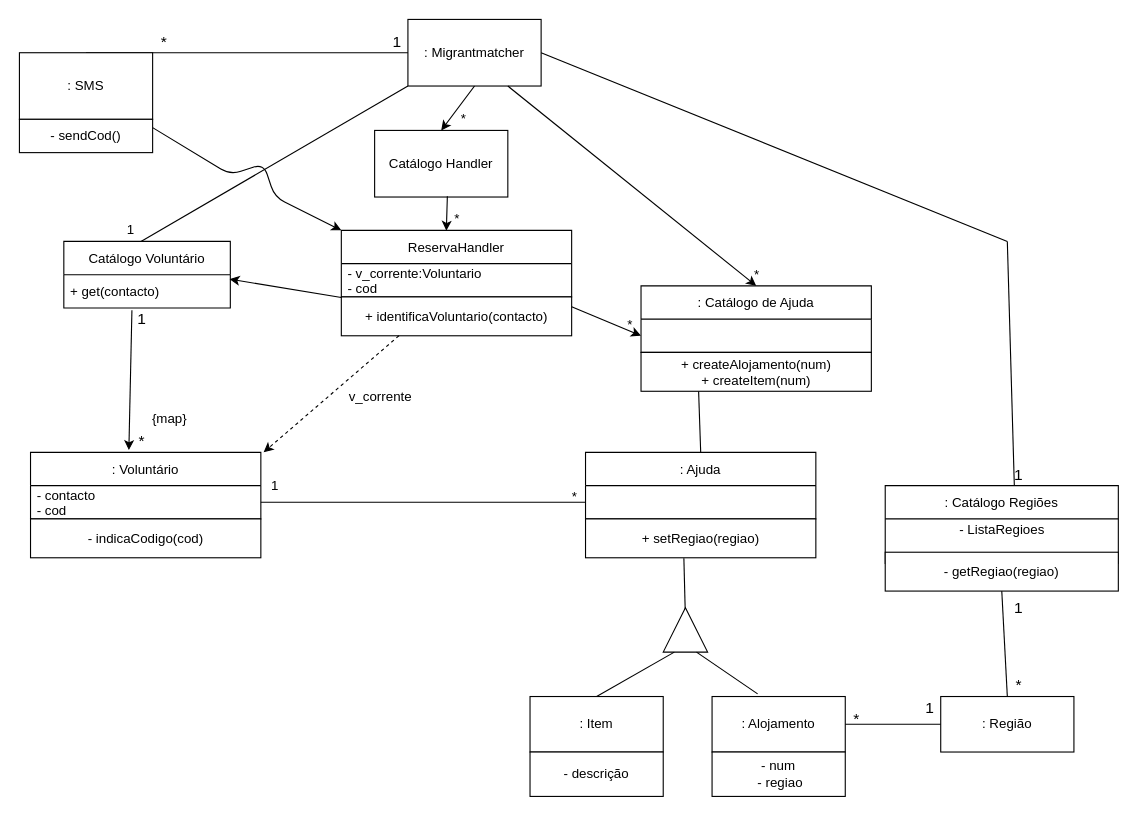
This is MMdiagramaDeClasses.drawio from RuiMartins05/DCO, a draw.io file, before an edit. Source tidied: cells renumbered, new cells numbered last; positions are measured from the earlier drawing's top-left corner, leaving out a move shared by most shapes. Both pictures are drawn from the tidied source at 111%, with x=0, y=0 at pixel (19, 19).
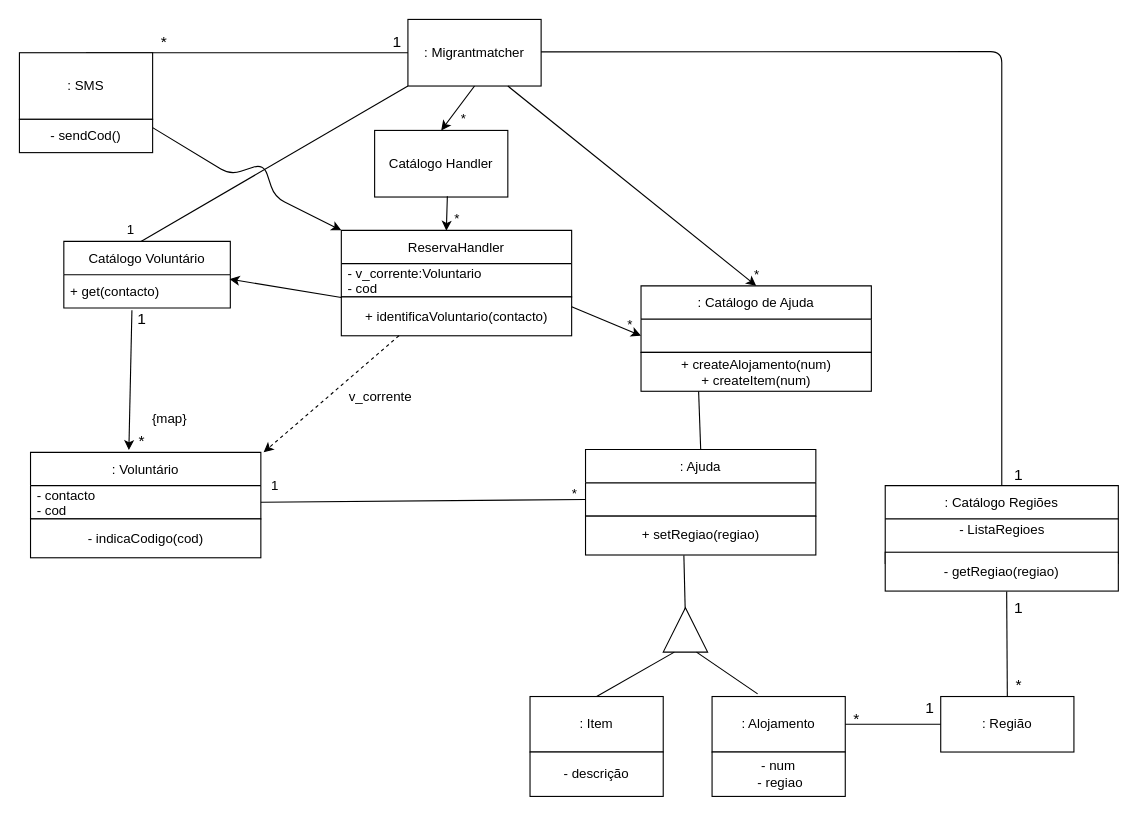
The same page after the edit.

The change refers to these unchanged cells:
```xml
<mxCell id="2" value=": Migrantmatcher" style="whiteSpace=wrap;html=1;" parent="1" vertex="1">
  <mxGeometry x="350" width="120" height="60" as="geometry" />
</mxCell>
<mxCell id="12" value=": Região" style="rounded=0;whiteSpace=wrap;html=1;" parent="1" vertex="1">
  <mxGeometry x="830" y="610" width="120" height="50" as="geometry" />
</mxCell>
<mxCell id="60" value=": Catálogo Regiões" style="swimlane;fontStyle=0;horizontal=1;startSize=30;" parent="59" vertex="1">
  <mxGeometry width="210" height="70" as="geometry" />
</mxCell>
<mxCell id="63" value="- getRegiao(regiao)" style="rounded=0;whiteSpace=wrap;html=1;" parent="59" vertex="1">
  <mxGeometry y="60" width="210" height="35" as="geometry" />
</mxCell>
```

What changed in the source:
```diff
@@
-    <mxCell id="11" style="endArrow=none;html=1;entryX=0.5;entryY=1;entryDx=0;entryDy=0;exitX=0.5;exitY=0;exitDx=0;exitDy=0;" parent="1" edge="1" source="12" target="63">
+    <mxCell id="11" style="endArrow=none;html=1;entryX=0.521;entryY=1.014;entryDx=0;entryDy=0;exitX=0.5;exitY=0;exitDx=0;exitDy=0;entryPerimeter=0;" parent="1" edge="1" source="12" target="63">
       <mxGeometry relative="1" as="geometry" />
     </mxCell>
@@
-    <mxCell id="14" style="endArrow=none;html=1;entryX=1;entryY=0.5;entryDx=0;entryDy=0;" parent="1" edge="1" target="2">
-      <mxGeometry relative="1" as="geometry">
-        <mxPoint x="890" y="200" as="sourcePoint" />
-      </mxGeometry>
-    </mxCell>
-    <mxCell id="15" style="endArrow=none;html=1;exitX=0.554;exitY=0.013;exitDx=0;exitDy=0;exitPerimeter=0;" parent="1" edge="1" source="60">
-      <mxGeometry relative="1" as="geometry">
-        <mxPoint x="890" y="200" as="targetPoint" />
-      </mxGeometry>
-    </mxCell>
@@
     <mxCell id="56" style="group;" parent="1" vertex="1">
-      <mxGeometry x="510" y="390" width="207.5" height="95" as="geometry" />
+      <mxGeometry x="510" y="387.5" width="207.5" height="95" as="geometry" />
     </mxCell>
@@
     <mxCell id="65" value="*" style="text;html=1;align=center;verticalAlign=middle;strokeColor=none;fillColor=none;" parent="1" vertex="1">
-      <mxGeometry x="490" y="420" width="20" height="20" as="geometry" />
+      <mxGeometry x="490" y="417.5" width="20" height="20" as="geometry" />
     </mxCell>
@@
+    <mxCell id="71" style="endArrow=none;html=1;entryX=0.5;entryY=0;entryDx=0;entryDy=0;exitX=0.5;exitY=0;exitDx=0;exitDy=0;" parent="1" edge="1" target="60">
+      <mxGeometry relative="1" as="geometry">
+        <mxPoint x="470" y="29.2" as="sourcePoint" />
+        <Array as="points">
+          <mxPoint x="885" y="29" />
+        </Array>
+      </mxGeometry>
+    </mxCell>
```
